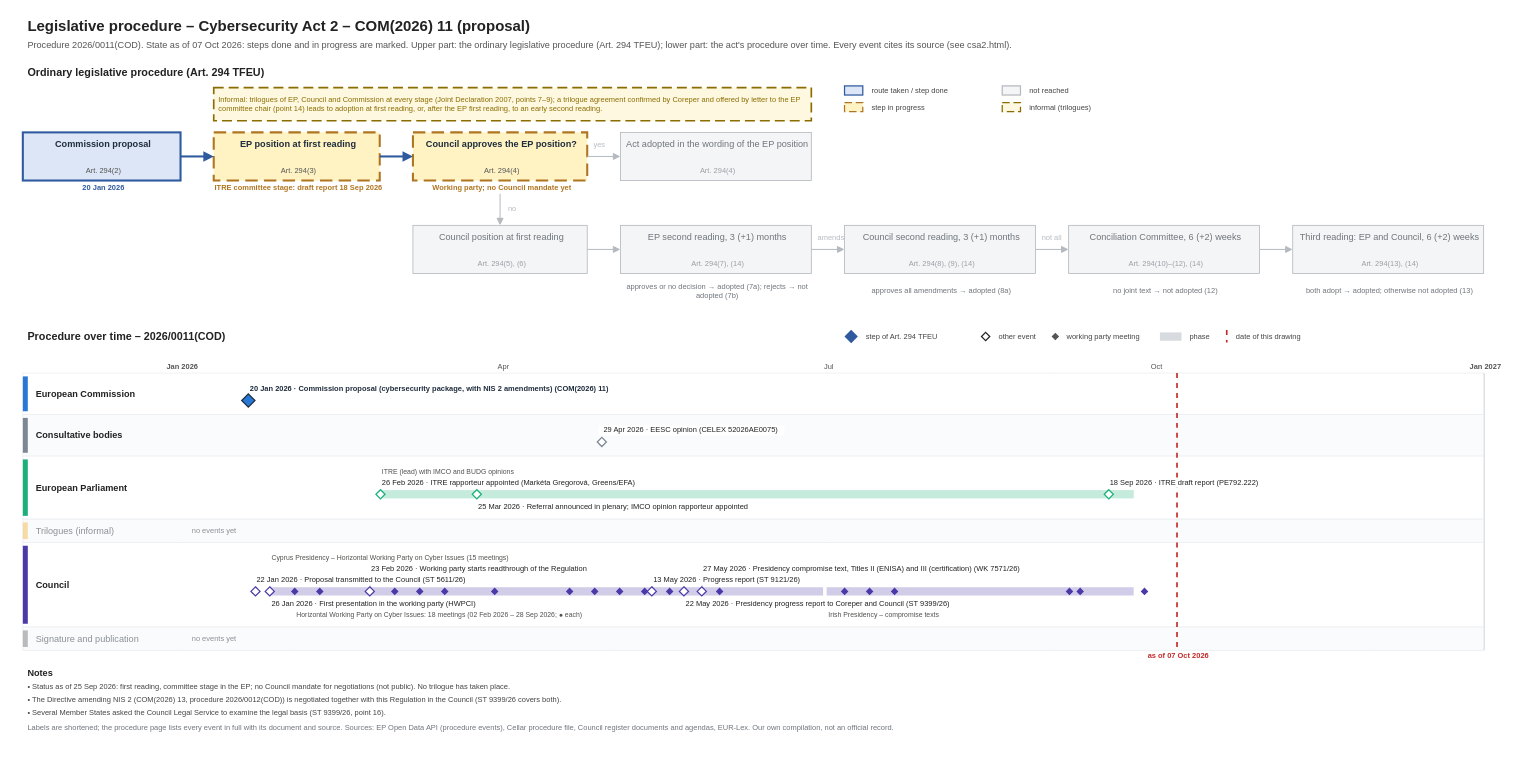
git-z0man/eu-regulation-timeline keeps this draw.io diagram as procedures/csa2.drawio. Above is the earlier version. Source tidied: cells renumbered, new cells numbered last; positions are measured from the earlier drawing's top-left corner, leaving out a move shared by most shapes. Both pictures are drawn from the tidied source at 83%, with x=0, y=0 at pixel (14, 14).
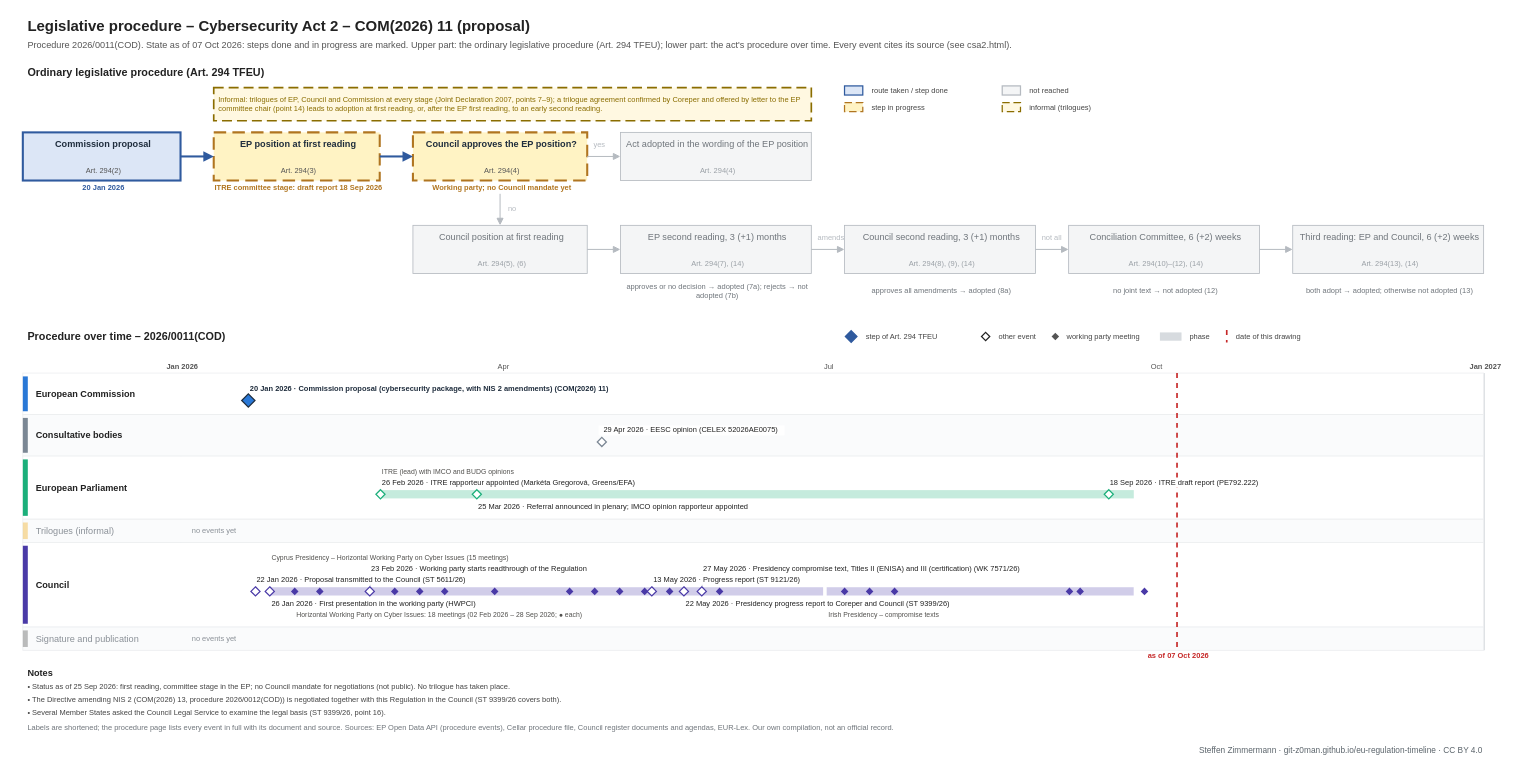
The same diagram, later.

What changed in the source:
```diff
@@
+    <mxCell id="166" value="Steffen Zimmermann · git-z0man.github.io/eu-regulation-timeline · CC BY 4.0" style="text;html=1;fontSize=10;fontColor=#5b646b;align=right;verticalAlign=middle;spacingLeft=4;" parent="1" vertex="1">
+      <mxGeometry x="10" y="878" width="1760" height="16" as="geometry" />
+    </mxCell>
```
